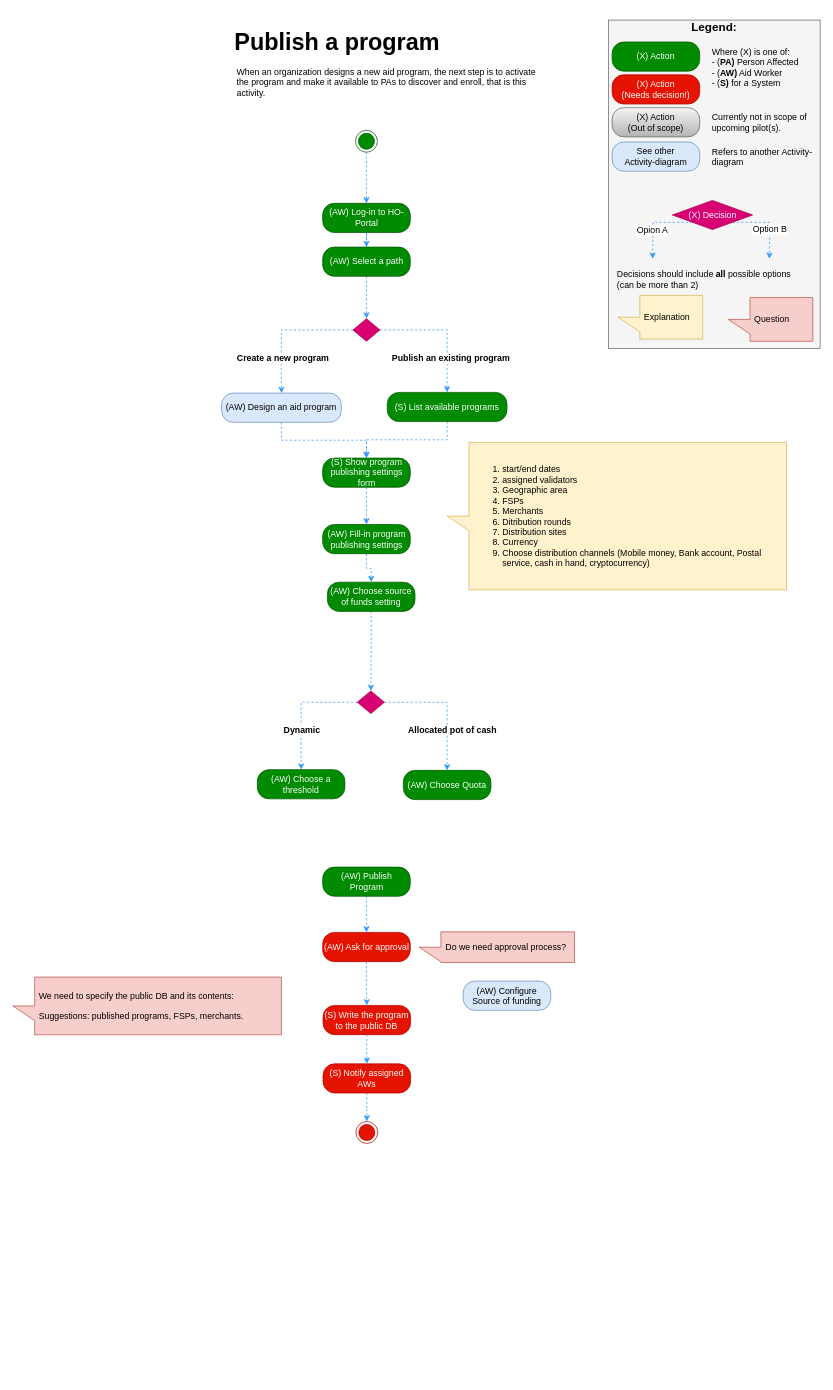
This is Activity Diagrams/Publish a program activity.drawio from nsward/diagrams, a draw.io file, before an edit. Source tidied: cells renumbered, new cells numbered last; positions are measured from the earlier drawing's top-left corner, leaving out a move shared by most shapes. Both pictures are drawn from the tidied source at 73%, with x=0, y=0 at pixel (12, 12).
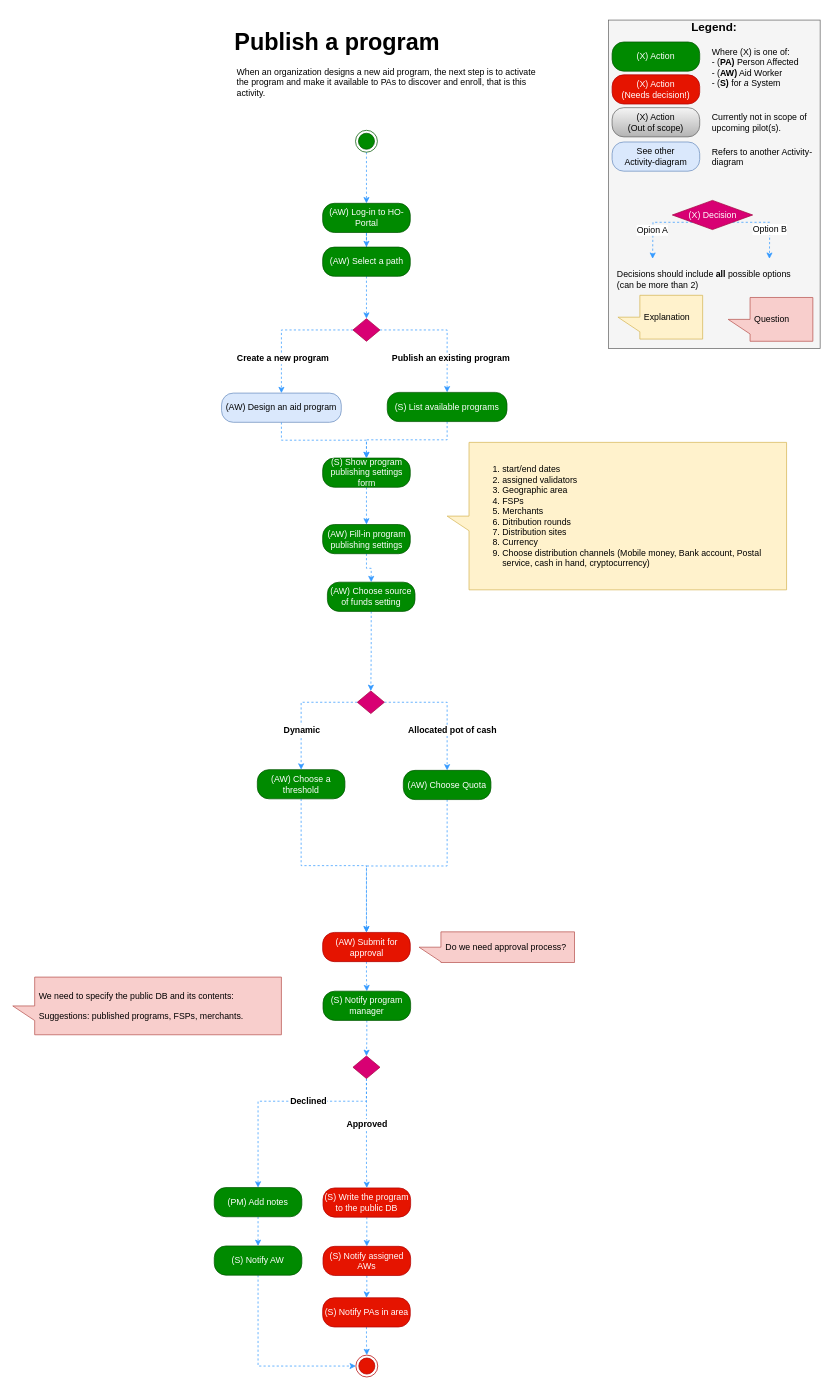
The same page after the edit.

Commit message:
Add approval steps

Unchanged cells that the change refers to:
```xml
<mxCell id="65" value="(AW) Choose Quota" style="rounded=1;whiteSpace=wrap;html=1;arcSize=40;fillColor=#008a00;strokeColor=#005700;fontColor=#ffffff;" parent="1" vertex="1">
  <mxGeometry x="535" y="1037.8" width="120" height="40" as="geometry" />
</mxCell>
<mxCell id="66" value="(AW) Choose a threshold" style="rounded=1;whiteSpace=wrap;html=1;arcSize=40;fillColor=#008a00;strokeColor=#005700;fontColor=#ffffff;" parent="1" vertex="1">
  <mxGeometry x="335" y="1036.8" width="120" height="40" as="geometry" />
</mxCell>
```

Change to the diagram source:
```diff
@@
-    <mxCell id="46" style="edgeStyle=orthogonalEdgeStyle;rounded=0;jettySize=auto;html=1;dashed=1;strokeColor=#3399FF;fontColor=#ffffff;entryX=0.5;entryY=0;entryDx=0;entryDy=0;" parent="1" edge="1" source="47" target="49">
-      <mxGeometry relative="1" as="geometry" />
-    </mxCell>
-    <mxCell id="47" value="(AW) Publish Program&lt;br&gt;" style="rounded=1;whiteSpace=wrap;html=1;arcSize=40;fillColor=#008a00;strokeColor=#005700;fontColor=#ffffff;" parent="1" vertex="1">
-      <mxGeometry x="424.5" y="1170.3" width="120" height="40" as="geometry" />
-    </mxCell>
-    <mxCell id="48" style="edgeStyle=orthogonalEdgeStyle;rounded=0;jettySize=auto;html=1;entryX=0.5;entryY=0;entryDx=0;entryDy=0;dashed=1;strokeColor=#3399FF;fontColor=#000000;" parent="1" edge="1" source="49" target="51">
+    <mxCell id="48" style="edgeStyle=orthogonalEdgeStyle;rounded=0;jettySize=auto;html=1;entryX=0.5;entryY=0;entryDx=0;entryDy=0;dashed=1;strokeColor=#3399FF;fontColor=#000000;" parent="1" edge="1" source="49" target="70">
       <mxGeometry relative="1" as="geometry" />
     </mxCell>
-    <mxCell id="49" value="(AW) Ask for approval&lt;br&gt;" style="rounded=1;whiteSpace=wrap;html=1;arcSize=40;fillColor=#e51400;strokeColor=#B20000;fontColor=#ffffff;" parent="1" vertex="1">
+    <mxCell id="49" value="(AW) Submit for approval&lt;br&gt;" style="rounded=1;whiteSpace=wrap;html=1;arcSize=40;fillColor=#e51400;strokeColor=#B20000;fontColor=#ffffff;" parent="1" vertex="1">
       <mxGeometry x="424.5" y="1259.8" width="120" height="40" as="geometry" />
     </mxCell>
@@
     <mxCell id="51" value="(S) Write the program to the public DB&lt;br&gt;" style="rounded=1;whiteSpace=wrap;html=1;arcSize=40;fillColor=#e51400;strokeColor=#B20000;fontColor=#ffffff;" parent="1" vertex="1">
-      <mxGeometry x="425" y="1359.8" width="120" height="40" as="geometry" />
+      <mxGeometry x="425" y="1609.8" width="120" height="40" as="geometry" />
     </mxCell>
     <mxCell id="52" style="ellipse;html=1;shape=endState;fillColor=#e51400;strokeColor=#B20000;fontColor=#ffffff;" parent="1" vertex="1">
-      <mxGeometry x="470" y="1518.8" width="30" height="30" as="geometry" />
+      <mxGeometry x="470" y="1838.8" width="30" height="30" as="geometry" />
     </mxCell>
-    <mxCell id="53" style="edgeStyle=orthogonalEdgeStyle;rounded=0;jettySize=auto;html=1;entryX=0.5;entryY=0;entryDx=0;entryDy=0;dashed=1;strokeColor=#3399FF;fontColor=#000000;" parent="1" edge="1" source="54" target="52">
+    <mxCell id="53" style="edgeStyle=orthogonalEdgeStyle;rounded=0;jettySize=auto;html=1;entryX=0.5;entryY=0;entryDx=0;entryDy=0;dashed=1;strokeColor=#3399FF;fontColor=#000000;" parent="1" edge="1" source="54" target="81">
       <mxGeometry relative="1" as="geometry" />
     </mxCell>
     <mxCell id="54" value="(S) Notify assigned AWs&lt;br&gt;" style="rounded=1;whiteSpace=wrap;html=1;arcSize=40;fillColor=#e51400;strokeColor=#B20000;fontColor=#ffffff;" parent="1" vertex="1">
-      <mxGeometry x="425" y="1439.8" width="120" height="40" as="geometry" />
+      <mxGeometry x="425" y="1689.8" width="120" height="40" as="geometry" />
     </mxCell>
@@
-    <mxCell id="56" value="(AW) Configure Source of funding&lt;br&gt;" style="rounded=1;whiteSpace=wrap;html=1;arcSize=40;fillColor=#dae8fc;strokeColor=#6c8ebf;fontColor=#000000;" parent="1" vertex="1">
-      <mxGeometry x="617" y="1326.5" width="120" height="40" as="geometry" />
-    </mxCell>
@@
+    <mxCell id="67" style="edgeStyle=orthogonalEdgeStyle;rounded=0;jettySize=auto;html=1;entryX=0.5;entryY=0;entryDx=0;entryDy=0;dashed=1;strokeColor=#3399FF;fontColor=#000000;" parent="1" edge="1" source="65" target="49">
+      <mxGeometry relative="1" as="geometry" />
+    </mxCell>
@@
+    <mxCell id="68" style="edgeStyle=orthogonalEdgeStyle;rounded=0;jettySize=auto;html=1;entryX=0.5;entryY=0;entryDx=0;entryDy=0;dashed=1;strokeColor=#3399FF;fontColor=#000000;" parent="1" edge="1" source="66" target="49">
+      <mxGeometry relative="1" as="geometry" />
+    </mxCell>
@@
+    <mxCell id="69" style="edgeStyle=orthogonalEdgeStyle;rounded=0;jettySize=auto;html=1;entryX=0.5;entryY=0;entryDx=0;entryDy=0;dashed=1;strokeColor=#3399FF;fontColor=#ffffff;" parent="1" edge="1" source="70" target="75">
+      <mxGeometry relative="1" as="geometry" />
+    </mxCell>
+    <mxCell id="70" value="(S) Notify program manager&lt;br&gt;" style="rounded=1;whiteSpace=wrap;html=1;arcSize=40;fillColor=#008a00;strokeColor=#005700;fontColor=#ffffff;" parent="1" vertex="1">
+      <mxGeometry x="425" y="1340.3" width="120" height="40" as="geometry" />
+    </mxCell>
+    <mxCell id="71" style="edgeStyle=orthogonalEdgeStyle;rounded=0;jettySize=auto;html=1;exitX=0.5;exitY=1;exitDx=0;exitDy=0;entryX=0.5;entryY=0;entryDx=0;entryDy=0;dashed=1;strokeColor=#3399FF;fontColor=#ffffff;" parent="1" edge="1" source="75" target="51">
+      <mxGeometry relative="1" as="geometry">
+        <Array as="points">
+          <mxPoint x="485" y="1584" />
+          <mxPoint x="485" y="1584" />
+        </Array>
+      </mxGeometry>
+    </mxCell>
+    <mxCell id="72" value="Approved" style="text;html=1;align=center;verticalAlign=middle;labelBackgroundColor=#ffffff;fontColor=#000000;fontStyle=1;" parent="71" vertex="1">
+      <mxGeometry x="0.72" y="-3" relative="1" as="geometry">
+        <mxPoint x="2.5" y="-66.5" as="offset" />
+      </mxGeometry>
+    </mxCell>
+    <mxCell id="73" style="edgeStyle=orthogonalEdgeStyle;rounded=0;jettySize=auto;html=1;entryX=0.5;entryY=0;entryDx=0;entryDy=0;dashed=1;strokeColor=#3399FF;fontColor=#ffffff;" parent="1" edge="1" source="75" target="77">
+      <mxGeometry relative="1" as="geometry">
+        <Array as="points">
+          <mxPoint x="485" y="1491" />
+          <mxPoint x="336" y="1491" />
+        </Array>
+      </mxGeometry>
+    </mxCell>
+    <mxCell id="74" value="Declined" style="text;html=1;align=center;verticalAlign=middle;labelBackgroundColor=#ffffff;fontColor=#000000;fontStyle=1;direction=south;" parent="73" vertex="1">
+      <mxGeometry x="0.78" y="3" relative="1" as="geometry">
+        <mxPoint x="65.5" y="-86.5" as="offset" />
+      </mxGeometry>
+    </mxCell>
+    <mxCell id="75" value="&lt;span&gt;&lt;br&gt;&lt;/span&gt;" style="rhombus;whiteSpace=wrap;html=1;fillColor=#d80073;strokeColor=#A50040;fontColor=#ffffff;" parent="1" vertex="1">
+      <mxGeometry x="466" y="1429" width="37" height="31" as="geometry" />
+    </mxCell>
+    <mxCell id="76" style="edgeStyle=orthogonalEdgeStyle;rounded=0;jettySize=auto;html=1;dashed=1;strokeColor=#3399FF;fontColor=#000000;" parent="1" edge="1" source="77" target="79">
+      <mxGeometry relative="1" as="geometry" />
+    </mxCell>
+    <mxCell id="77" value="(PM) Add notes&lt;br&gt;" style="rounded=1;whiteSpace=wrap;html=1;arcSize=40;fillColor=#008a00;strokeColor=#005700;fontColor=#ffffff;" parent="1" vertex="1">
+      <mxGeometry x="276" y="1609.3" width="120" height="40" as="geometry" />
+    </mxCell>
+    <mxCell id="78" style="edgeStyle=orthogonalEdgeStyle;rounded=0;jettySize=auto;html=1;entryX=0;entryY=0.5;entryDx=0;entryDy=0;dashed=1;strokeColor=#3399FF;fontColor=#000000;" parent="1" edge="1" source="79" target="52">
+      <mxGeometry relative="1" as="geometry">
+        <Array as="points">
+          <mxPoint x="336" y="1854" />
+        </Array>
+      </mxGeometry>
+    </mxCell>
+    <mxCell id="79" value="(S) Notify AW&lt;br&gt;" style="rounded=1;whiteSpace=wrap;html=1;arcSize=40;fillColor=#008a00;strokeColor=#005700;fontColor=#ffffff;" parent="1" vertex="1">
+      <mxGeometry x="276" y="1689.3" width="120" height="40" as="geometry" />
+    </mxCell>
+    <mxCell id="80" style="edgeStyle=orthogonalEdgeStyle;rounded=0;jettySize=auto;html=1;entryX=0.5;entryY=0;entryDx=0;entryDy=0;dashed=1;strokeColor=#3399FF;fontColor=#000000;" parent="1" edge="1" source="81" target="52">
+      <mxGeometry relative="1" as="geometry" />
+    </mxCell>
+    <mxCell id="81" value="(S) Notify PAs in area&lt;br&gt;" style="rounded=1;whiteSpace=wrap;html=1;arcSize=40;fillColor=#e51400;strokeColor=#B20000;fontColor=#ffffff;" parent="1" vertex="1">
+      <mxGeometry x="424.5" y="1760.3" width="120" height="40" as="geometry" />
+    </mxCell>
```
